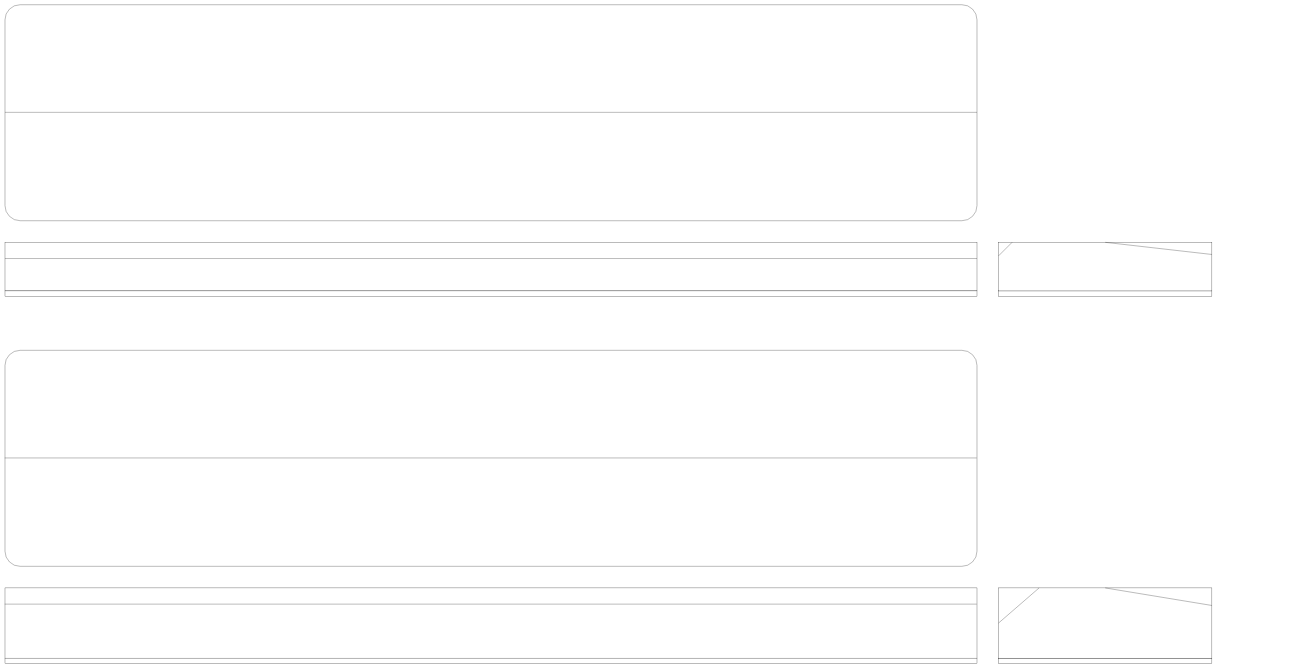
This is palm-rest.drawio from sendo-kakeru/diy, a draw.io file, before an edit. Source tidied: cells renumbered, new cells numbered last; positions are measured from the earlier drawing's top-left corner, leaving out a move shared by most shapes. Both pictures are drawn from the tidied source at 27%, with x=0, y=0 at pixel (5, 5).
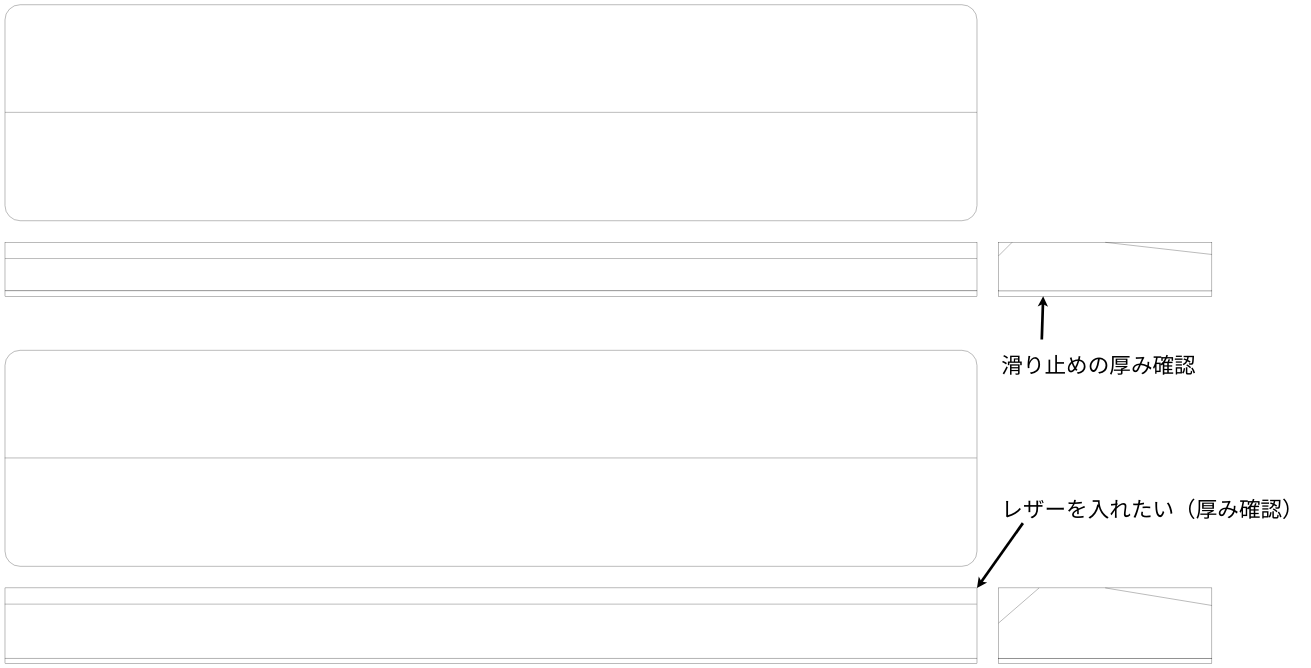
After the change.

Commit message:
パームレスト補足追加

The change refers to these unchanged cells:
```xml
<mxCell id="7" style="rounded=0;whiteSpace=wrap;html=1;" parent="1" vertex="1">
  <mxGeometry x="3681" y="1060" width="790" height="20" as="geometry" />
</mxCell>
<mxCell id="13" style="rounded=0;whiteSpace=wrap;html=1;" parent="1" vertex="1">
  <mxGeometry x="1" y="2160" width="3600" height="260" as="geometry" />
</mxCell>
```

What changed in the source:
```diff
@@
+    <mxCell id="20" style="endArrow=classic;html=1;strokeWidth=10;entryX=1;entryY=0;entryDx=0;entryDy=0;" parent="1" edge="1" target="13">
+      <mxGeometry relative="1" as="geometry">
+        <mxPoint x="3771" y="1920" as="sourcePoint" />
+      </mxGeometry>
+    </mxCell>
+    <mxCell id="21" value="&lt;font style=&quot;font-size: 80px;&quot;&gt;レザーを入れたい（厚み確認）&lt;/font&gt;" style="text;html=1;align=center;verticalAlign=middle;strokeColor=none;fillColor=none;fontSize=40;" parent="1" vertex="1">
+      <mxGeometry x="3681" y="1815" width="1140" height="110" as="geometry" />
+    </mxCell>
+    <mxCell id="22" style="endArrow=classic;html=1;strokeWidth=10;entryX=0.209;entryY=0.99;entryDx=0;entryDy=0;entryPerimeter=0;" parent="1" edge="1" target="7">
+      <mxGeometry relative="1" as="geometry">
+        <mxPoint x="3841" y="1240" as="sourcePoint" />
+      </mxGeometry>
+    </mxCell>
+    <mxCell id="23" value="&lt;font style=&quot;font-size: 80px;&quot;&gt;滑り止めの厚み確認&lt;/font&gt;" style="text;html=1;align=center;verticalAlign=middle;strokeColor=none;fillColor=none;fontSize=40;" parent="1" vertex="1">
+      <mxGeometry x="3681" y="1280" width="740" height="110" as="geometry" />
+    </mxCell>
```
